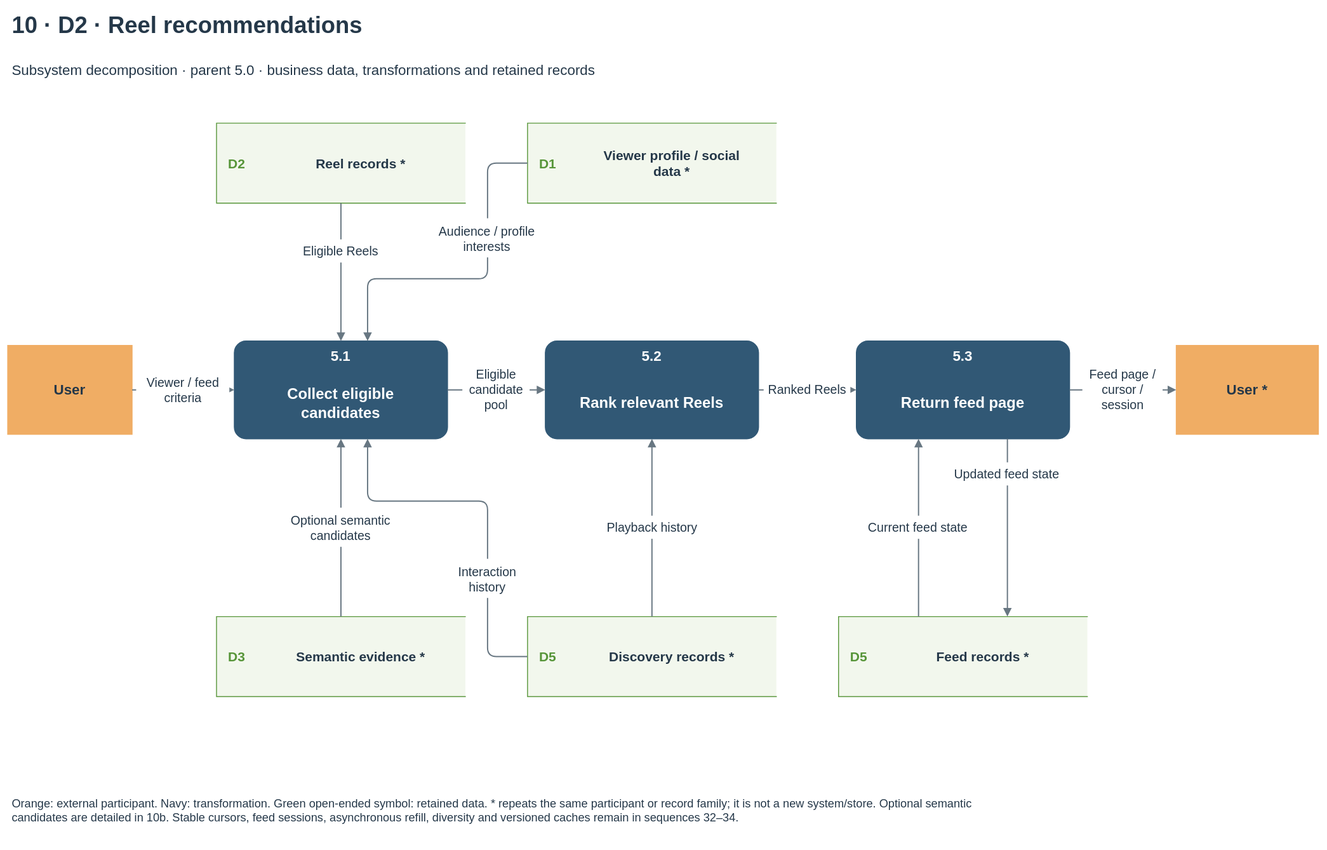
Above: docs/diagrams/velora-current/importable-svg/10-dfd-reels.drawio.svg in HieuCuteDangYeu/velora-backend (draw.io), before the change. Source tidied: cells renumbered, new cells last; positions are measured from the earlier drawing's top-left corner, leaving out a move shared by most shapes.
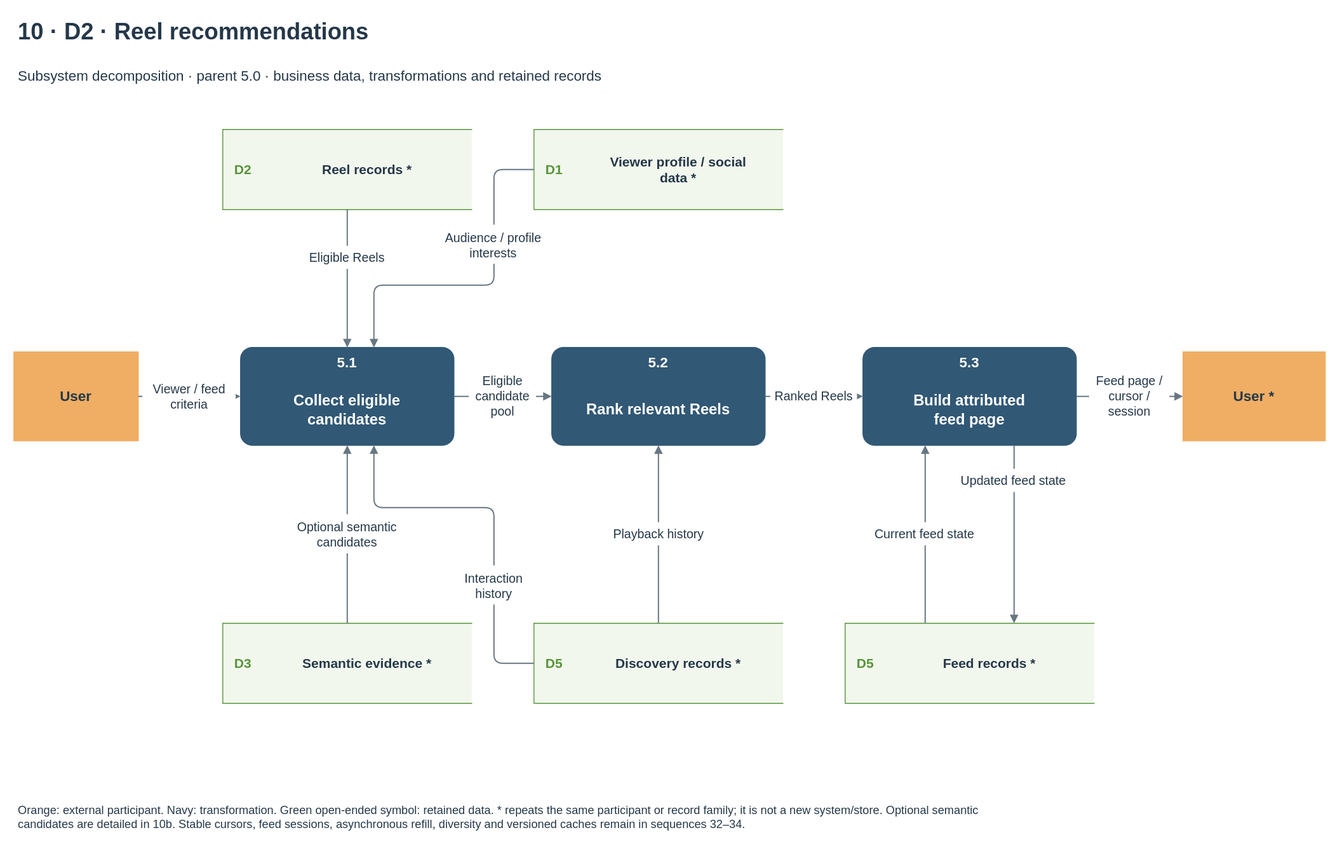
The same file after the commit.

Change to the diagram source:
```diff
@@ -32,7 +32,7 @@
     <mxCell id="11" value="5.3" style="text;html=1;whiteSpace=wrap;fontFamily=Arial;fontSize=16;fontColor=white;fontStyle=1;align=center;verticalAlign=middle;spacing=0;" parent="10" vertex="1">
       <mxGeometry x="5" y="4" width="230" height="25" as="geometry" />
     </mxCell>
-    <mxCell id="12" value="Return feed page" style="text;html=1;whiteSpace=wrap;fontFamily=Arial;fontSize=17;fontColor=white;fontStyle=1;align=center;verticalAlign=middle;spacing=0;" parent="10" vertex="1">
+    <mxCell id="12" value="Build attributed&lt;br&gt;feed page" style="text;html=1;whiteSpace=wrap;fontFamily=Arial;fontSize=17;fontColor=white;fontStyle=1;align=center;verticalAlign=middle;spacing=0;" parent="10" vertex="1">
       <mxGeometry x="8" y="36" width="224" height="70" as="geometry" />
     </mxCell>
     <mxCell id="13" style="rounded=0;arcSize=12;fillColor=#f0ad64;strokeColor=#f0ad64;dashed=0;whiteSpace=wrap;" parent="1" vertex="1">
```
